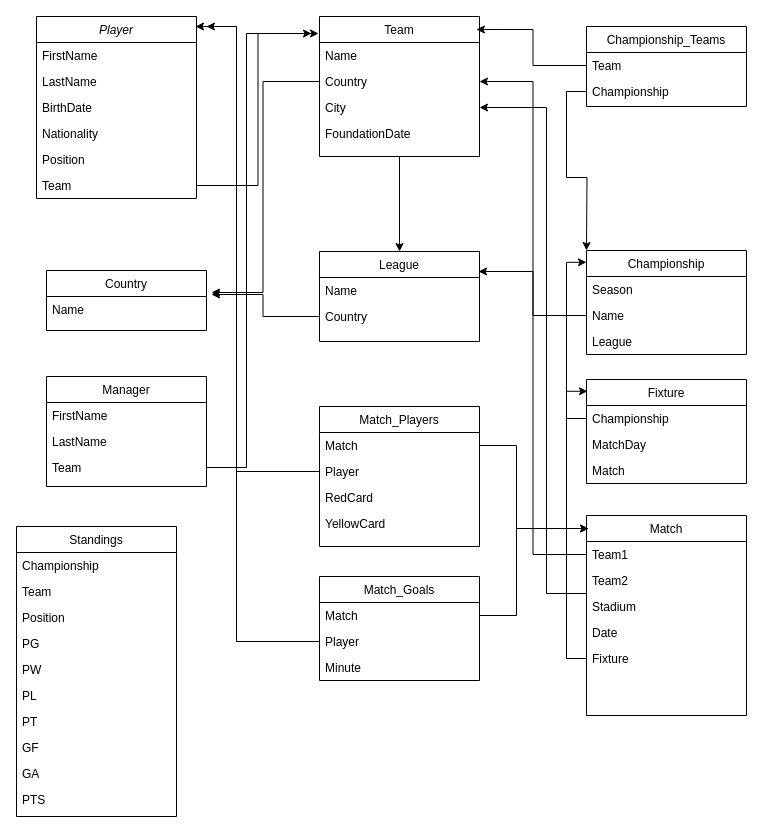
Earlier version of the draw.io diagram Untitled Diagram.drawio (alanmacgowan/alanmacgowan.github.io). Source tidied: cells renumbered, new cells numbered last; positions are measured from the earlier drawing's top-left corner, leaving out a move shared by most shapes. Both pictures are drawn from the tidied source at 100%, with x=0, y=0 at pixel (16, 16).
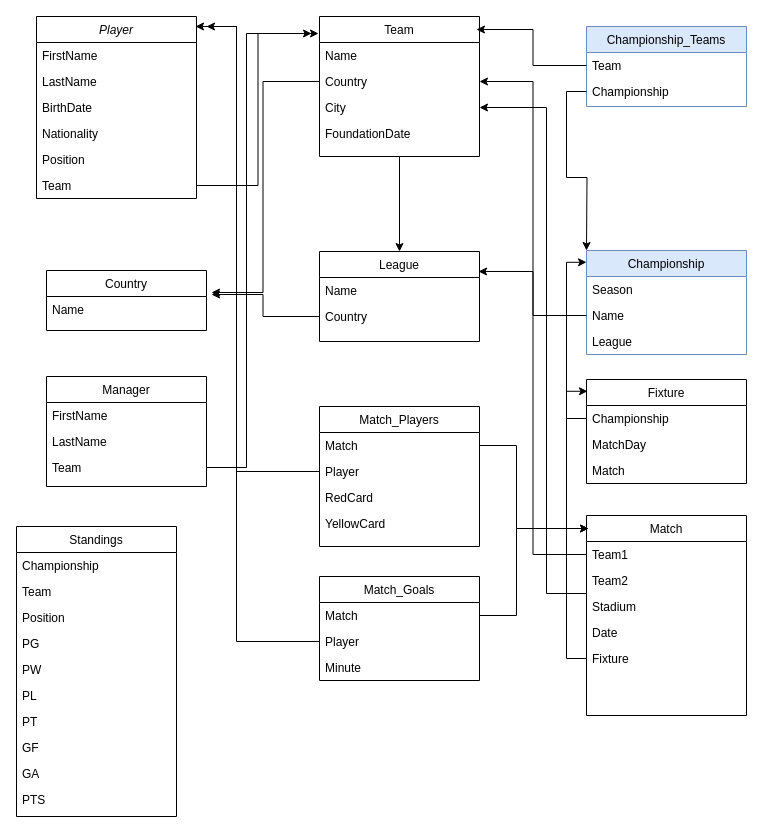
The same diagram, later.

Change to the diagram source:
```diff
@@
-    <mxCell id="20" value="Championship" style="swimlane;fontStyle=0;align=center;verticalAlign=top;horizontal=1;startSize=26;rounded=0;shadow=0;strokeWidth=1;" parent="1" vertex="1">
+    <mxCell id="20" value="Championship" style="swimlane;fontStyle=0;align=center;verticalAlign=top;horizontal=1;startSize=26;rounded=0;shadow=0;strokeWidth=1;fillColor=#dae8fc;strokeColor=#6c8ebf;" parent="1" vertex="1">
       <mxGeometry x="570" y="234" width="160" height="104" as="geometry" />
     </mxCell>
@@
-    <mxCell id="26" value="Championship_Teams" style="swimlane;fontStyle=0;align=center;verticalAlign=top;horizontal=1;startSize=26;rounded=0;shadow=0;strokeWidth=1;" parent="1" vertex="1">
+    <mxCell id="26" value="Championship_Teams" style="swimlane;fontStyle=0;align=center;verticalAlign=top;horizontal=1;startSize=26;rounded=0;shadow=0;strokeWidth=1;fillColor=#dae8fc;strokeColor=#6c8ebf;" parent="1" vertex="1">
       <mxGeometry x="570" y="10" width="160" height="80" as="geometry" />
     </mxCell>
```
